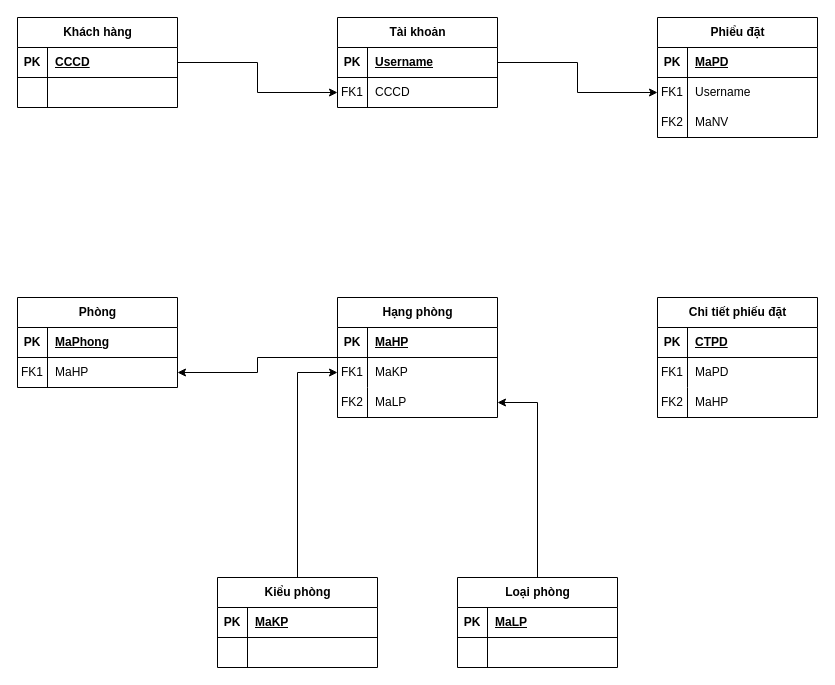
PLKhang/TTCS_DatPhongKhachSan keeps this draw.io diagram as Baocao1.drawio. Above is the earlier version. Source tidied: cells renumbered, new cells numbered last; positions are measured from the earlier drawing's top-left corner, leaving out a move shared by most shapes. Both pictures are drawn from the tidied source at 100%, with x=0, y=0 at pixel (17, 17).
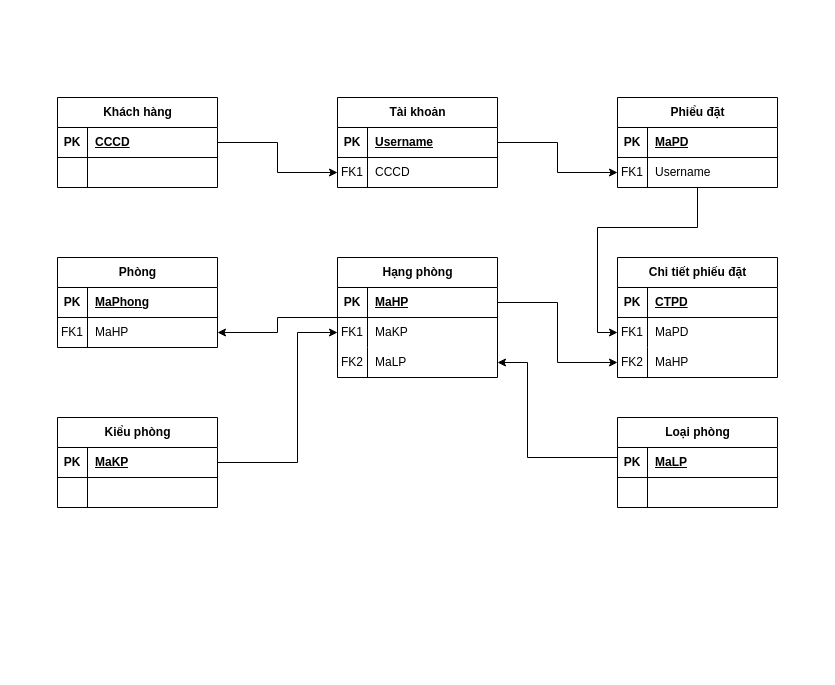
The same page after the edit.

Commit message:
Fin ERD

The change refers to these unchanged cells:
```xml
<mxCell id="29" style="shape=tableRow;horizontal=0;startSize=0;swimlaneHead=0;swimlaneBody=0;fillColor=none;points=[[0,0.5],[1,0.5]];portConstraint=eastwest;top=0;left=0;right=0;bottom=0;" parent="25" vertex="1">
  <mxGeometry y="60" width="160" height="30" as="geometry" />
</mxCell>
<mxCell id="32" style="shape=tableRow;horizontal=0;startSize=0;swimlaneHead=0;swimlaneBody=0;fillColor=none;points=[[0,0.5],[1,0.5]];portConstraint=eastwest;top=0;left=0;right=0;bottom=0;" parent="25" vertex="1">
  <mxGeometry y="90" width="160" height="30" as="geometry" />
</mxCell>
<mxCell id="44" style="shape=tableRow;horizontal=0;startSize=0;swimlaneHead=0;swimlaneBody=0;fillColor=none;points=[[0,0.5],[1,0.5]];portConstraint=eastwest;top=0;left=0;right=0;bottom=1;" parent="43" vertex="1">
  <mxGeometry y="30" width="160" height="30" as="geometry" />
</mxCell>
<mxCell id="47" style="shape=tableRow;horizontal=0;startSize=0;swimlaneHead=0;swimlaneBody=0;fillColor=none;points=[[0,0.5],[1,0.5]];portConstraint=eastwest;top=0;left=0;right=0;bottom=0;" parent="43" vertex="1">
  <mxGeometry y="60" width="160" height="30" as="geometry" />
</mxCell>
<mxCell id="50" style="shape=tableRow;horizontal=0;startSize=0;swimlaneHead=0;swimlaneBody=0;fillColor=none;points=[[0,0.5],[1,0.5]];portConstraint=eastwest;top=0;left=0;right=0;bottom=0;" parent="43" vertex="1">
  <mxGeometry y="90" width="160" height="30" as="geometry" />
</mxCell>
```

What changed in the source:
```diff
@@
     <mxCell id="2" value="Khách hàng" style="shape=table;startSize=30;childLayout=tableLayout;rowLines=0;fontStyle=1;align=center;html=1;" parent="1" vertex="1">
-      <mxGeometry width="160" height="90" as="geometry" />
+      <mxGeometry x="40" y="80" width="160" height="90" as="geometry" />
     </mxCell>
@@
     <mxCell id="9" style="edgeStyle=orthogonalEdgeStyle;rounded=0;jettySize=auto;html=1;" parent="1" edge="1" source="10" target="50">
-      <mxGeometry relative="1" as="geometry" />
+      <mxGeometry relative="1" as="geometry">
+        <Array as="points">
+          <mxPoint x="510" y="440" />
+          <mxPoint x="510" y="345" />
+        </Array>
+      </mxGeometry>
     </mxCell>
     <mxCell id="10" value="Loại phòng" style="shape=table;startSize=30;childLayout=tableLayout;rowLines=0;fontStyle=1;align=center;html=1;" parent="1" vertex="1">
-      <mxGeometry x="440" y="560" width="160" height="90" as="geometry" />
+      <mxGeometry x="600" y="400" width="160" height="90" as="geometry" />
     </mxCell>
@@
     <mxCell id="17" style="edgeStyle=orthogonalEdgeStyle;rounded=0;jettySize=auto;html=1;" parent="1" edge="1" source="18" target="47">
-      <mxGeometry relative="1" as="geometry" />
+      <mxGeometry relative="1" as="geometry">
+        <Array as="points">
+          <mxPoint x="280" y="445" />
+          <mxPoint x="280" y="315" />
+        </Array>
+      </mxGeometry>
     </mxCell>
     <mxCell id="18" value="Kiểu phòng" style="shape=table;startSize=30;childLayout=tableLayout;rowLines=0;fontStyle=1;align=center;html=1;" parent="1" vertex="1">
-      <mxGeometry x="200" y="560" width="160" height="90" as="geometry" />
+      <mxGeometry x="40" y="400" width="160" height="90" as="geometry" />
     </mxCell>
@@
     <mxCell id="25" value="Chi tiết phiếu đặt" style="shape=table;startSize=30;childLayout=tableLayout;rowLines=0;fontStyle=1;align=center;html=1;" parent="1" vertex="1">
-      <mxGeometry x="640" y="280" width="160" height="120" as="geometry" />
+      <mxGeometry x="600" y="240" width="160" height="120" as="geometry" />
     </mxCell>
@@
     <mxCell id="35" value="Phòng" style="shape=table;startSize=30;childLayout=tableLayout;rowLines=0;fontStyle=1;align=center;html=1;" parent="1" vertex="1">
-      <mxGeometry y="280" width="160" height="90" as="geometry" />
+      <mxGeometry x="40" y="240" width="160" height="90" as="geometry" />
     </mxCell>
@@
     <mxCell id="43" value="Hạng phòng" style="shape=table;startSize=30;childLayout=tableLayout;rowLines=0;fontStyle=1;align=center;html=1;" parent="1" vertex="1">
-      <mxGeometry x="320" y="280" width="160" height="120" as="geometry" />
+      <mxGeometry x="320" y="240" width="160" height="120" as="geometry" />
     </mxCell>
@@
+    <mxCell id="71" style="edgeStyle=orthogonalEdgeStyle;rounded=0;jettySize=auto;html=1;" parent="1" edge="1" source="53" target="29">
+      <mxGeometry relative="1" as="geometry">
+        <Array as="points">
+          <mxPoint x="680" y="210" />
+          <mxPoint x="580" y="210" />
+          <mxPoint x="580" y="315" />
+        </Array>
+      </mxGeometry>
+    </mxCell>
     <mxCell id="53" value="Phiểu đặt" style="shape=table;startSize=30;childLayout=tableLayout;rowLines=0;fontStyle=1;align=center;html=1;" parent="1" vertex="1">
-      <mxGeometry x="640" width="160" height="120" as="geometry" />
+      <mxGeometry x="600" y="80" width="160" height="90" as="geometry" />
     </mxCell>
@@
     <mxCell id="60" value="Tài khoản" style="shape=table;startSize=30;childLayout=tableLayout;rowLines=0;fontStyle=1;align=center;html=1;" parent="1" vertex="1">
-      <mxGeometry x="320" width="160" height="90" as="geometry" />
+      <mxGeometry x="320" y="80" width="160" height="90" as="geometry" />
     </mxCell>
@@
-    <mxCell id="69" value="FK2" style="shape=partialRectangle;fillColor=none;top=0;left=0;bottom=0;right=0;overflow=hidden;whiteSpace=wrap;html=1;" parent="1" vertex="1">
-      <mxGeometry x="640" y="90" width="30" height="30" as="geometry" />
-    </mxCell>
-    <mxCell id="70" value="MaNV" style="shape=partialRectangle;fillColor=none;top=0;left=1;bottom=0;right=0;align=left;spacingLeft=6;overflow=hidden;whiteSpace=wrap;html=1;" parent="1" vertex="1">
-      <mxGeometry x="670" y="90" width="130" height="30" as="geometry" />
-    </mxCell>
+    <mxCell id="72" style="edgeStyle=orthogonalEdgeStyle;rounded=0;jettySize=auto;html=1;entryX=0;entryY=0.5;entryDx=0;entryDy=0;" parent="1" edge="1" source="44" target="32">
+      <mxGeometry relative="1" as="geometry" />
+    </mxCell>
```
